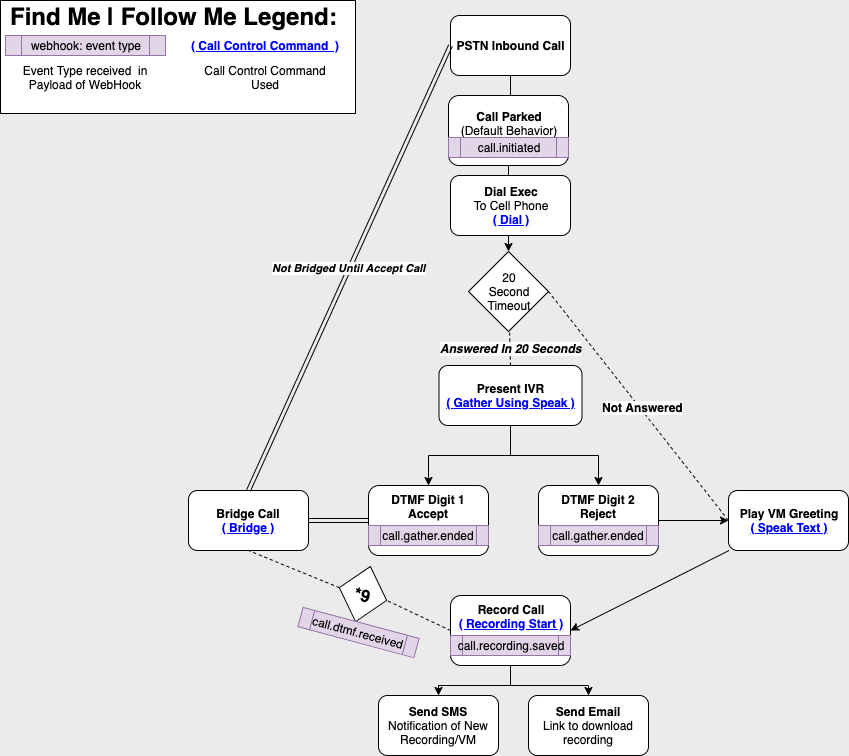
Before: find_me.png, a diagram exported from draw.io (team-telnyx/demo-findme-ivr). Source tidied: cells renumbered, new cells last; positions are measured from the earlier drawing's top-left corner, leaving out a move shared by most shapes. The source it was exported from:
```xml
<mxGraphModel background="#EBEBEB">
  <root>
    <mxCell id="0" />
    <mxCell id="1" parent="0" />
    <mxCell id="2" style="rounded=0;whiteSpace=wrap;html=1;" parent="1" vertex="1">
      <mxGeometry width="355" height="113" as="geometry" />
    </mxCell>
    <mxCell id="3" style="edgeStyle=orthogonalEdgeStyle;rounded=0;jettySize=auto;html=1;" parent="1" edge="1" source="4" target="33">
      <mxGeometry relative="1" as="geometry" />
    </mxCell>
    <mxCell id="4" value="&lt;b&gt;PSTN Inbound Call&lt;/b&gt;" style="rounded=1;whiteSpace=wrap;html=1;verticalAlign=middle;" parent="1" vertex="1">
      <mxGeometry x="450" y="15" width="120" height="60" as="geometry" />
    </mxCell>
    <mxCell id="5" style="edgeStyle=orthogonalEdgeStyle;rounded=0;jettySize=auto;html=1;" parent="1" edge="1" source="6" target="14">
      <mxGeometry relative="1" as="geometry" />
    </mxCell>
    <mxCell id="6" value="&lt;b&gt;Call Parked&lt;/b&gt;&lt;br&gt;(Default Behavior)&lt;br&gt;&lt;br&gt;" style="rounded=1;whiteSpace=wrap;html=1;" parent="1" vertex="1">
      <mxGeometry x="448" y="95" width="120" height="70" as="geometry" />
    </mxCell>
    <mxCell id="7" value="&lt;b&gt;Dial Exec&lt;/b&gt;&lt;br&gt;To Cell Phone&lt;br&gt;&lt;b&gt;&lt;u&gt;&lt;font color=&quot;#0000ff&quot;&gt;( Dial )&lt;/font&gt;&lt;/u&gt;&lt;/b&gt;" style="rounded=1;whiteSpace=wrap;html=1;" parent="1" vertex="1">
      <mxGeometry x="450" y="175" width="120" height="60" as="geometry" />
    </mxCell>
    <mxCell id="8" style="edgeStyle=orthogonalEdgeStyle;rounded=0;jettySize=auto;html=1;" parent="1" edge="1" source="10" target="11">
      <mxGeometry relative="1" as="geometry" />
    </mxCell>
    <mxCell id="9" style="edgeStyle=orthogonalEdgeStyle;rounded=0;jettySize=auto;html=1;exitX=0.5;exitY=1;exitDx=0;exitDy=0;entryX=0.5;entryY=0;entryDx=0;entryDy=0;" parent="1" edge="1" source="10" target="13">
      <mxGeometry relative="1" as="geometry">
        <Array as="points">
          <mxPoint x="510" y="455" />
          <mxPoint x="598" y="455" />
        </Array>
      </mxGeometry>
    </mxCell>
    <mxCell id="10" value="&lt;b&gt;Present IVR&lt;/b&gt;&lt;br&gt;&lt;u&gt;&lt;b&gt;&lt;font color=&quot;#0000ff&quot;&gt;(&amp;nbsp;&lt;/font&gt;&lt;font color=&quot;#0000ff&quot;&gt;Gather Using Speak )&lt;/font&gt;&lt;/b&gt;&lt;/u&gt;" style="rounded=1;whiteSpace=wrap;html=1;" parent="1" vertex="1">
      <mxGeometry x="438.5" y="365" width="143" height="60" as="geometry" />
    </mxCell>
    <mxCell id="11" value="&lt;b&gt;DTMF Digit 1&lt;br&gt;Accept&lt;br&gt;&lt;br&gt;&lt;br&gt;&lt;/b&gt;" style="rounded=1;whiteSpace=wrap;html=1;" parent="1" vertex="1">
      <mxGeometry x="368" y="485" width="120" height="70" as="geometry" />
    </mxCell>
    <mxCell id="12" style="rounded=0;jettySize=auto;html=1;exitX=1;exitY=0.5;exitDx=0;exitDy=0;" parent="1" edge="1" source="13" target="21">
      <mxGeometry relative="1" as="geometry" />
    </mxCell>
    <mxCell id="13" value="&lt;b&gt;DTMF Digit 2&lt;br&gt;Reject&lt;br&gt;&lt;br&gt;&lt;br&gt;&lt;/b&gt;" style="rounded=1;whiteSpace=wrap;html=1;" parent="1" vertex="1">
      <mxGeometry x="538" y="485" width="120" height="70" as="geometry" />
    </mxCell>
    <mxCell id="14" value="20&lt;br&gt;Second&lt;br&gt;Timeout" style="rhombus;whiteSpace=wrap;html=1;" parent="1" vertex="1">
      <mxGeometry x="468" y="251" width="80" height="80" as="geometry" />
    </mxCell>
    <mxCell id="15" style="endArrow=none;dashed=1;html=1;exitX=0.5;exitY=0;exitDx=0;exitDy=0;" parent="1" edge="1" source="10" target="14">
      <mxGeometry relative="1" as="geometry" />
    </mxCell>
    <mxCell id="16" value="&lt;b&gt;&lt;i&gt;Answered In 20 Seconds&lt;/i&gt;&lt;/b&gt;" style="text;html=1;align=center;verticalAlign=middle;labelBackgroundColor=#ffffff;" parent="15" vertex="1">
      <mxGeometry x="0.03" relative="1" as="geometry" />
    </mxCell>
    <mxCell id="17" value="&lt;b&gt;Bridge Call&lt;/b&gt;&lt;br&gt;&lt;font color=&quot;#0000ff&quot;&gt;&lt;b&gt;&lt;u&gt;( Bridge )&lt;/u&gt;&lt;/b&gt;&lt;/font&gt;" style="rounded=1;whiteSpace=wrap;html=1;" parent="1" vertex="1">
      <mxGeometry x="188" y="490" width="120" height="60" as="geometry" />
    </mxCell>
    <mxCell id="18" value="&lt;i&gt;&lt;b&gt;Not Bridged Until Accept Call&lt;/b&gt;&lt;/i&gt;" style="shape=link;html=1;exitX=0.5;exitY=0;exitDx=0;exitDy=0;entryX=0;entryY=0.5;entryDx=0;entryDy=0;" parent="1" edge="1" source="17" target="4">
      <mxGeometry relative="1" as="geometry" />
    </mxCell>
    <mxCell id="19" style="shape=link;html=1;entryX=1;entryY=0.5;entryDx=0;entryDy=0;exitX=0;exitY=0.5;exitDx=0;exitDy=0;" parent="1" edge="1" source="11" target="17">
      <mxGeometry relative="1" as="geometry" />
    </mxCell>
    <mxCell id="20" style="edgeStyle=none;rounded=0;jettySize=auto;html=1;entryX=1;entryY=0.5;entryDx=0;entryDy=0;" parent="1" edge="1" source="21" target="26">
      <mxGeometry relative="1" as="geometry" />
    </mxCell>
    <mxCell id="21" value="&lt;b&gt;Play VM Greeting&lt;/b&gt;&lt;br&gt;&lt;font color=&quot;#0000ff&quot;&gt;&lt;b&gt;&lt;u&gt;( Speak Text )&lt;/u&gt;&lt;/b&gt;&lt;/font&gt;" style="rounded=1;whiteSpace=wrap;html=1;" parent="1" vertex="1">
      <mxGeometry x="728" y="490" width="120" height="60" as="geometry" />
    </mxCell>
    <mxCell id="22" style="endArrow=none;dashed=1;html=1;exitX=1;exitY=0.5;exitDx=0;exitDy=0;entryX=0;entryY=0.5;entryDx=0;entryDy=0;" parent="1" edge="1" source="14" target="21">
      <mxGeometry relative="1" as="geometry" />
    </mxCell>
    <mxCell id="23" value="&lt;b&gt;Not Answered&lt;/b&gt;" style="text;html=1;align=center;verticalAlign=middle;labelBackgroundColor=#ffffff;" parent="22" vertex="1">
      <mxGeometry x="0.02" y="2" relative="1" as="geometry" />
    </mxCell>
    <mxCell id="24" style="edgeStyle=orthogonalEdgeStyle;rounded=0;jettySize=auto;html=1;exitX=0.5;exitY=1;exitDx=0;exitDy=0;entryX=0.5;entryY=0;entryDx=0;entryDy=0;" parent="1" edge="1" source="26" target="30">
      <mxGeometry relative="1" as="geometry" />
    </mxCell>
    <mxCell id="25" style="edgeStyle=orthogonalEdgeStyle;rounded=0;jettySize=auto;html=1;exitX=0.5;exitY=1;exitDx=0;exitDy=0;entryX=0.5;entryY=0;entryDx=0;entryDy=0;" parent="1" edge="1" source="26" target="31">
      <mxGeometry relative="1" as="geometry" />
    </mxCell>
    <mxCell id="26" value="&lt;b&gt;Record Call&lt;/b&gt;&lt;br&gt;&lt;font color=&quot;#0000ff&quot;&gt;&lt;b&gt;&lt;u&gt;( Recording Start )&lt;/u&gt;&lt;/b&gt;&lt;/font&gt;" style="rounded=1;whiteSpace=wrap;html=1;verticalAlign=top;" parent="1" vertex="1">
      <mxGeometry x="450" y="595" width="120" height="70" as="geometry" />
    </mxCell>
    <mxCell id="27" value="call.gather.ended" style="shape=process;whiteSpace=wrap;html=1;backgroundOutline=1;fillColor=#e1d5e7;strokeColor=#9673a6;" parent="1" vertex="1">
      <mxGeometry x="368" y="525" width="120" height="20" as="geometry" />
    </mxCell>
    <mxCell id="28" value="call.gather.ended" style="shape=process;whiteSpace=wrap;html=1;backgroundOutline=1;fillColor=#e1d5e7;strokeColor=#9673a6;" parent="1" vertex="1">
      <mxGeometry x="538" y="525" width="120" height="20" as="geometry" />
    </mxCell>
    <mxCell id="29" value="call.recording.saved" style="shape=process;whiteSpace=wrap;html=1;backgroundOutline=1;fillColor=#e1d5e7;strokeColor=#9673a6;" parent="1" vertex="1">
      <mxGeometry x="450" y="635" width="120" height="20" as="geometry" />
    </mxCell>
    <mxCell id="30" value="&lt;b&gt;Send SMS &lt;/b&gt;Notification of New Recording/VM" style="rounded=1;whiteSpace=wrap;html=1;" parent="1" vertex="1">
      <mxGeometry x="378" y="695" width="120" height="60" as="geometry" />
    </mxCell>
    <mxCell id="31" value="&lt;b&gt;Send Email&lt;/b&gt;&lt;br&gt;Link to download recording" style="rounded=1;whiteSpace=wrap;html=1;" parent="1" vertex="1">
      <mxGeometry x="528" y="695" width="120" height="60" as="geometry" />
    </mxCell>
    <mxCell id="32" style="endArrow=none;dashed=1;html=1;entryX=0.5;entryY=1;entryDx=0;entryDy=0;exitX=0;exitY=0.5;exitDx=0;exitDy=0;" parent="1" edge="1" source="34" target="17">
      <mxGeometry relative="1" as="geometry" />
    </mxCell>
    <mxCell id="33" value="call.initiated" style="shape=process;whiteSpace=wrap;html=1;backgroundOutline=1;fillColor=#e1d5e7;strokeColor=#9673a6;" parent="1" vertex="1">
      <mxGeometry x="448" y="137" width="120" height="20" as="geometry" />
    </mxCell>
    <mxCell id="34" value="&lt;b&gt;&lt;font style=&quot;font-size: 17px&quot;&gt;*9&lt;/font&gt;&lt;/b&gt;" style="rhombus;whiteSpace=wrap;html=1;rotation=15;" parent="1" vertex="1">
      <mxGeometry x="338" y="565" width="49" height="57.1" as="geometry" />
    </mxCell>
    <mxCell id="35" style="endArrow=none;dashed=1;html=1;entryX=1;entryY=0.5;entryDx=0;entryDy=0;exitX=0;exitY=0.5;exitDx=0;exitDy=0;" parent="1" edge="1" source="26" target="34">
      <mxGeometry relative="1" as="geometry" />
    </mxCell>
    <mxCell id="36" value="call.dtmf.received" style="shape=process;whiteSpace=wrap;html=1;backgroundOutline=1;fillColor=#e1d5e7;strokeColor=#9673a6;rotation=15;" parent="1" vertex="1">
      <mxGeometry x="298" y="622.1" width="120" height="20" as="geometry" />
    </mxCell>
    <mxCell id="37" value="webhook: event type" style="shape=process;whiteSpace=wrap;html=1;backgroundOutline=1;fillColor=#e1d5e7;strokeColor=#9673a6;" parent="1" vertex="1">
      <mxGeometry x="5" y="35" width="160" height="20" as="geometry" />
    </mxCell>
    <mxCell id="38" value="&lt;font style=&quot;font-size: 24px&quot;&gt;&lt;b&gt;Find Me | Follow Me Legend:&lt;/b&gt;&lt;/font&gt;" style="text;html=1;align=center;verticalAlign=middle;" parent="1" vertex="1">
      <mxGeometry x="5" y="5" width="337" height="22" as="geometry" />
    </mxCell>
    <mxCell id="39" value="&lt;b&gt;&lt;u&gt;&lt;font color=&quot;#0000ff&quot;&gt;( Call Control Command&amp;nbsp; )&lt;/font&gt;&lt;/u&gt;&lt;/b&gt;" style="text;html=1;align=center;verticalAlign=middle;" parent="1" vertex="1">
      <mxGeometry x="185" y="35" width="160" height="20" as="geometry" />
    </mxCell>
    <mxCell id="40" value="Event Type received&amp;nbsp; in Payload of WebHook" style="text;html=1;strokeColor=none;fillColor=none;align=center;verticalAlign=middle;whiteSpace=wrap;rounded=0;" parent="1" vertex="1">
      <mxGeometry x="15" y="57" width="140" height="40" as="geometry" />
    </mxCell>
    <mxCell id="41" value="Call Control Command Used" style="text;html=1;strokeColor=none;fillColor=none;align=center;verticalAlign=middle;whiteSpace=wrap;rounded=0;" parent="1" vertex="1">
      <mxGeometry x="195" y="57" width="140" height="40" as="geometry" />
    </mxCell>
  </root>
</mxGraphModel>
```
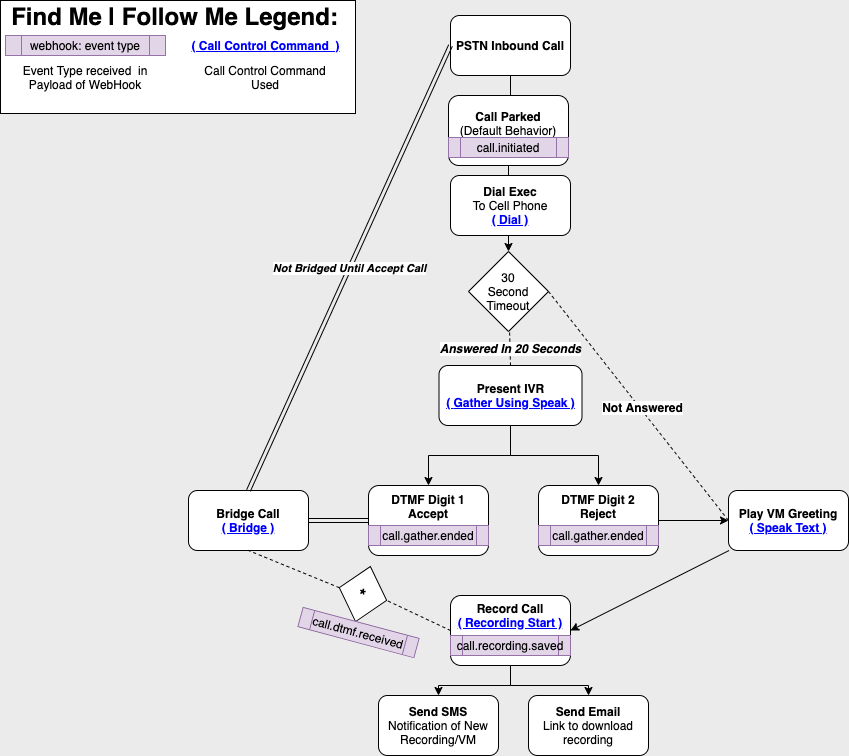
Above is the later version.

Commit message:
update image and readme for timeout secs and dtmf

Diff of the diagram source:
```diff
@@ -43,7 +43,7 @@
     <mxCell id="13" value="&lt;b&gt;DTMF Digit 2&lt;br&gt;Reject&lt;br&gt;&lt;br&gt;&lt;br&gt;&lt;/b&gt;" style="rounded=1;whiteSpace=wrap;html=1;" parent="1" vertex="1">
       <mxGeometry x="538" y="485" width="120" height="70" as="geometry" />
     </mxCell>
-    <mxCell id="14" value="20&lt;br&gt;Second&lt;br&gt;Timeout" style="rhombus;whiteSpace=wrap;html=1;" parent="1" vertex="1">
+    <mxCell id="14" value="30&lt;br&gt;Second&lt;br&gt;Timeout" style="rhombus;whiteSpace=wrap;html=1;" parent="1" vertex="1">
       <mxGeometry x="468" y="251" width="80" height="80" as="geometry" />
     </mxCell>
     <mxCell id="15" style="endArrow=none;dashed=1;html=1;exitX=0.5;exitY=0;exitDx=0;exitDy=0;" parent="1" edge="1" source="10" target="14">
@@ -103,7 +103,7 @@
     <mxCell id="33" value="call.initiated" style="shape=process;whiteSpace=wrap;html=1;backgroundOutline=1;fillColor=#e1d5e7;strokeColor=#9673a6;" parent="1" vertex="1">
       <mxGeometry x="448" y="137" width="120" height="20" as="geometry" />
     </mxCell>
-    <mxCell id="34" value="&lt;b&gt;&lt;font style=&quot;font-size: 17px&quot;&gt;*9&lt;/font&gt;&lt;/b&gt;" style="rhombus;whiteSpace=wrap;html=1;rotation=15;" parent="1" vertex="1">
+    <mxCell id="34" value="&lt;b&gt;&lt;font style=&quot;font-size: 17px&quot;&gt;*&lt;/font&gt;&lt;/b&gt;" style="rhombus;whiteSpace=wrap;html=1;rotation=15;" parent="1" vertex="1">
       <mxGeometry x="338" y="565" width="49" height="57.1" as="geometry" />
     </mxCell>
     <mxCell id="35" style="endArrow=none;dashed=1;html=1;entryX=1;entryY=0.5;entryDx=0;entryDy=0;exitX=0;exitY=0.5;exitDx=0;exitDy=0;" parent="1" edge="1" source="26" target="34">
```
